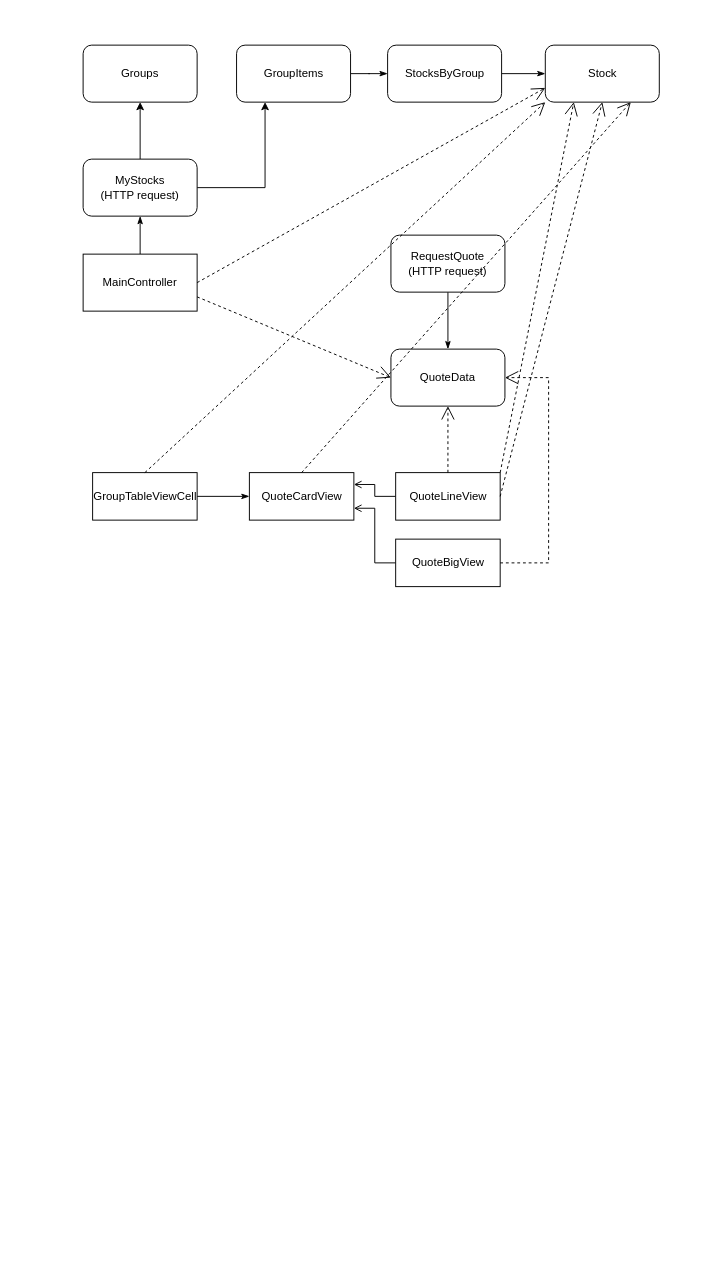
This is ExampleArchitecture.drawio from CapitalMobile/swift_giselle_practice, a draw.io file, before an edit. Source tidied: cells renumbered, new cells numbered last; positions are measured from the earlier drawing's top-left corner, leaving out a move shared by most shapes. Both pictures are drawn from the tidied source at 95%, with x=0, y=0 at pixel (83, 45).
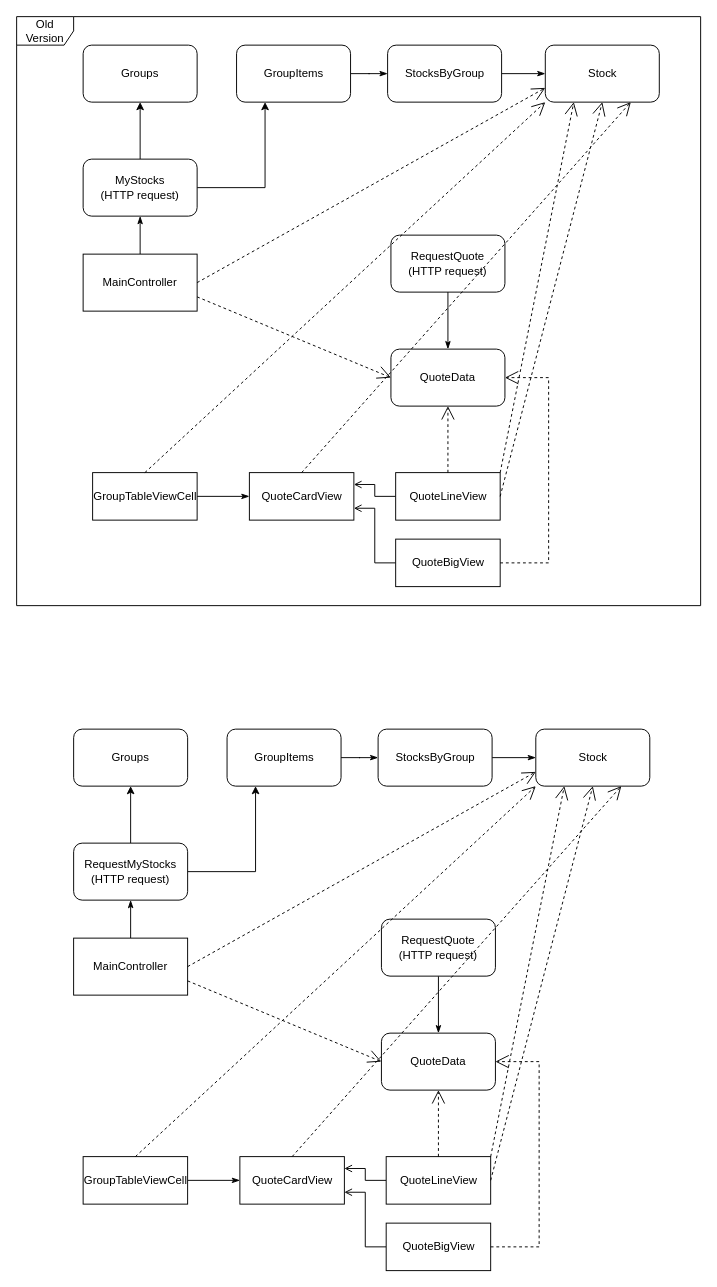
The same diagram, later.

Change to the diagram source:
```diff
@@
+    <mxCell id="31" style="edgeStyle=orthogonalEdgeStyle;rounded=0;jettySize=auto;html=1;endArrow=classicThin;endFill=1;" parent="1" edge="1" source="32" target="35">
+      <mxGeometry relative="1" as="geometry" />
+    </mxCell>
+    <mxCell id="32" value="MainController" style="rounded=0;whiteSpace=wrap;html=1;" parent="1" vertex="1">
+      <mxGeometry x="-10" y="940" width="120" height="60" as="geometry" />
+    </mxCell>
+    <mxCell id="33" style="edgeStyle=orthogonalEdgeStyle;rounded=0;jettySize=auto;html=1;endArrow=classic;endFill=1;" parent="1" edge="1" source="35" target="36">
+      <mxGeometry relative="1" as="geometry" />
+    </mxCell>
+    <mxCell id="34" style="edgeStyle=orthogonalEdgeStyle;rounded=0;jettySize=auto;html=1;endArrow=classic;endFill=1;entryX=0.25;entryY=1;entryDx=0;entryDy=0;" parent="1" edge="1" source="35" target="48">
+      <mxGeometry relative="1" as="geometry" />
+    </mxCell>
+    <mxCell id="35" value="RequestMyStocks&lt;br&gt;(HTTP request)" style="rounded=1;whiteSpace=wrap;html=1;" parent="1" vertex="1">
+      <mxGeometry x="-10" y="840" width="120" height="60" as="geometry" />
+    </mxCell>
+    <mxCell id="36" value="Groups" style="rounded=1;whiteSpace=wrap;html=1;" parent="1" vertex="1">
+      <mxGeometry x="-10" y="720" width="120" height="60" as="geometry" />
+    </mxCell>
+    <mxCell id="37" value="QuoteData" style="rounded=1;whiteSpace=wrap;html=1;" parent="1" vertex="1">
+      <mxGeometry x="314" y="1040" width="120" height="60" as="geometry" />
+    </mxCell>
+    <mxCell id="38" value="QuoteCardView" style="html=1;" parent="1" vertex="1">
+      <mxGeometry x="165" y="1170" width="110" height="50" as="geometry" />
+    </mxCell>
+    <mxCell id="39" style="edgeStyle=orthogonalEdgeStyle;rounded=0;jettySize=auto;html=1;endArrow=open;endFill=0;entryX=1;entryY=0.75;entryDx=0;entryDy=0;" parent="1" edge="1" source="40" target="38">
+      <mxGeometry relative="1" as="geometry" />
+    </mxCell>
+    <mxCell id="40" value="QuoteBigView" style="html=1;" parent="1" vertex="1">
+      <mxGeometry x="319" y="1240" width="110" height="50" as="geometry" />
+    </mxCell>
+    <mxCell id="41" style="edgeStyle=orthogonalEdgeStyle;rounded=0;jettySize=auto;html=1;endArrow=open;endFill=0;entryX=1;entryY=0.25;entryDx=0;entryDy=0;" parent="1" edge="1" source="42" target="38">
+      <mxGeometry relative="1" as="geometry" />
+    </mxCell>
+    <mxCell id="42" value="QuoteLineView" style="html=1;" parent="1" vertex="1">
+      <mxGeometry x="319" y="1170" width="110" height="50" as="geometry" />
+    </mxCell>
+    <mxCell id="43" style="edgeStyle=orthogonalEdgeStyle;rounded=0;jettySize=auto;html=1;endArrow=classicThin;endFill=1;" parent="1" edge="1" source="44" target="38">
+      <mxGeometry relative="1" as="geometry" />
+    </mxCell>
+    <mxCell id="44" value="GroupTableViewCell" style="html=1;" parent="1" vertex="1">
+      <mxGeometry y="1170" width="110" height="50" as="geometry" />
+    </mxCell>
+    <mxCell id="45" style="endArrow=open;endFill=1;endSize=12;html=1;rounded=0;entryX=0.5;entryY=1;entryDx=0;entryDy=0;exitX=0.5;exitY=0;exitDx=0;exitDy=0;dashed=1;" parent="1" edge="1" source="42" target="37">
+      <mxGeometry relative="1" as="geometry" />
+    </mxCell>
+    <mxCell id="46" style="endArrow=open;endFill=1;endSize=12;html=1;rounded=0;entryX=1;entryY=0.5;entryDx=0;entryDy=0;exitX=1;exitY=0.5;exitDx=0;exitDy=0;dashed=1;" parent="1" edge="1" source="40" target="37">
+      <mxGeometry relative="1" as="geometry">
+        <Array as="points">
+          <mxPoint x="480" y="1265" />
+          <mxPoint x="480" y="1070" />
+        </Array>
+      </mxGeometry>
+    </mxCell>
+    <mxCell id="47" style="edgeStyle=orthogonalEdgeStyle;rounded=0;jettySize=auto;html=1;endArrow=classicThin;endFill=1;" parent="1" edge="1" source="48" target="50">
+      <mxGeometry relative="1" as="geometry" />
+    </mxCell>
+    <mxCell id="48" value="GroupItems" style="rounded=1;whiteSpace=wrap;html=1;" parent="1" vertex="1">
+      <mxGeometry x="151.5" y="720" width="120" height="60" as="geometry" />
+    </mxCell>
+    <mxCell id="49" style="edgeStyle=orthogonalEdgeStyle;rounded=0;jettySize=auto;html=1;endArrow=classicThin;endFill=1;" parent="1" edge="1" source="50" target="51">
+      <mxGeometry relative="1" as="geometry" />
+    </mxCell>
+    <mxCell id="50" value="StocksByGroup" style="rounded=1;whiteSpace=wrap;html=1;" parent="1" vertex="1">
+      <mxGeometry x="310.5" y="720" width="120" height="60" as="geometry" />
+    </mxCell>
+    <mxCell id="51" value="Stock" style="rounded=1;whiteSpace=wrap;html=1;" parent="1" vertex="1">
+      <mxGeometry x="476.5" y="720" width="120" height="60" as="geometry" />
+    </mxCell>
+    <mxCell id="52" style="edgeStyle=orthogonalEdgeStyle;rounded=0;jettySize=auto;html=1;endArrow=classicThin;endFill=1;" parent="1" edge="1" source="53" target="37">
+      <mxGeometry relative="1" as="geometry" />
+    </mxCell>
+    <mxCell id="53" value="RequestQuote&lt;br&gt;(HTTP request)" style="rounded=1;whiteSpace=wrap;html=1;" parent="1" vertex="1">
+      <mxGeometry x="314" y="920" width="120" height="60" as="geometry" />
+    </mxCell>
+    <mxCell id="54" style="endArrow=open;endFill=1;endSize=12;html=1;rounded=0;entryX=0;entryY=1;entryDx=0;entryDy=0;exitX=0.5;exitY=0;exitDx=0;exitDy=0;dashed=1;" parent="1" edge="1" source="44" target="51">
+      <mxGeometry relative="1" as="geometry" />
+    </mxCell>
+    <mxCell id="55" style="endArrow=open;endFill=1;endSize=12;html=1;rounded=0;entryX=0;entryY=0.75;entryDx=0;entryDy=0;exitX=1;exitY=0.5;exitDx=0;exitDy=0;dashed=1;" parent="1" edge="1" source="32" target="51">
+      <mxGeometry relative="1" as="geometry" />
+    </mxCell>
+    <mxCell id="56" style="endArrow=open;endFill=1;endSize=12;html=1;rounded=0;entryX=0;entryY=0.5;entryDx=0;entryDy=0;exitX=1;exitY=0.75;exitDx=0;exitDy=0;dashed=1;" parent="1" edge="1" source="32" target="37">
+      <mxGeometry relative="1" as="geometry" />
+    </mxCell>
+    <mxCell id="57" style="endArrow=open;endFill=1;endSize=12;html=1;rounded=0;entryX=0.25;entryY=1;entryDx=0;entryDy=0;exitX=1;exitY=0;exitDx=0;exitDy=0;dashed=1;" parent="1" edge="1" source="42" target="51">
+      <mxGeometry relative="1" as="geometry" />
+    </mxCell>
+    <mxCell id="58" style="endArrow=open;endFill=1;endSize=12;html=1;rounded=0;entryX=0.5;entryY=1;entryDx=0;entryDy=0;dashed=1;exitX=1;exitY=0.5;exitDx=0;exitDy=0;" parent="1" edge="1" source="42" target="51">
+      <mxGeometry relative="1" as="geometry" />
+    </mxCell>
+    <mxCell id="59" style="endArrow=open;endFill=1;endSize=12;html=1;rounded=0;entryX=0.75;entryY=1;entryDx=0;entryDy=0;exitX=0.5;exitY=0;exitDx=0;exitDy=0;dashed=1;" parent="1" edge="1" source="38" target="51">
+      <mxGeometry relative="1" as="geometry" />
+    </mxCell>
+    <mxCell id="60" value="Old Version" style="shape=umlFrame;whiteSpace=wrap;html=1;" parent="1" vertex="1">
+      <mxGeometry x="-70" y="-30" width="720" height="620" as="geometry" />
+    </mxCell>
```
